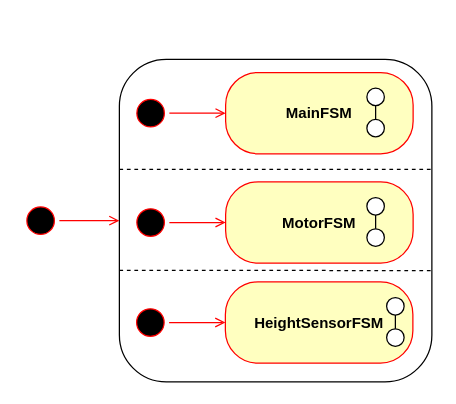
This is page "all" (1 of 7) of docs/diagrams/fsm/state_machines.drawio from u2knwy/ESEP-2023SoSe-Team-2-1, a draw.io file, before an edit. Source tidied: cells renumbered, new cells numbered last; positions are measured from the earlier drawing's top-left corner, leaving out a move shared by most shapes. Both pictures are drawn from the tidied source at 125%, with x=0, y=0 at pixel (21, 59).
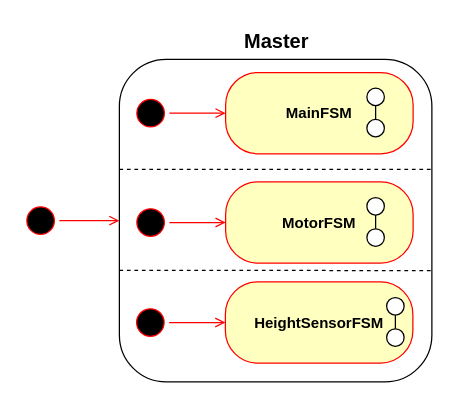
Above is the later version.

Diff of the diagram source:
```diff
@@
+    <mxCell id="34" value="Master" style="text;html=1;strokeColor=none;fillColor=none;align=center;verticalAlign=middle;whiteSpace=wrap;rounded=0;fontStyle=1;fontSize=16;" parent="1" vertex="1">
+      <mxGeometry x="79" y="-30" width="250" height="30" as="geometry" />
+    </mxCell>
```
